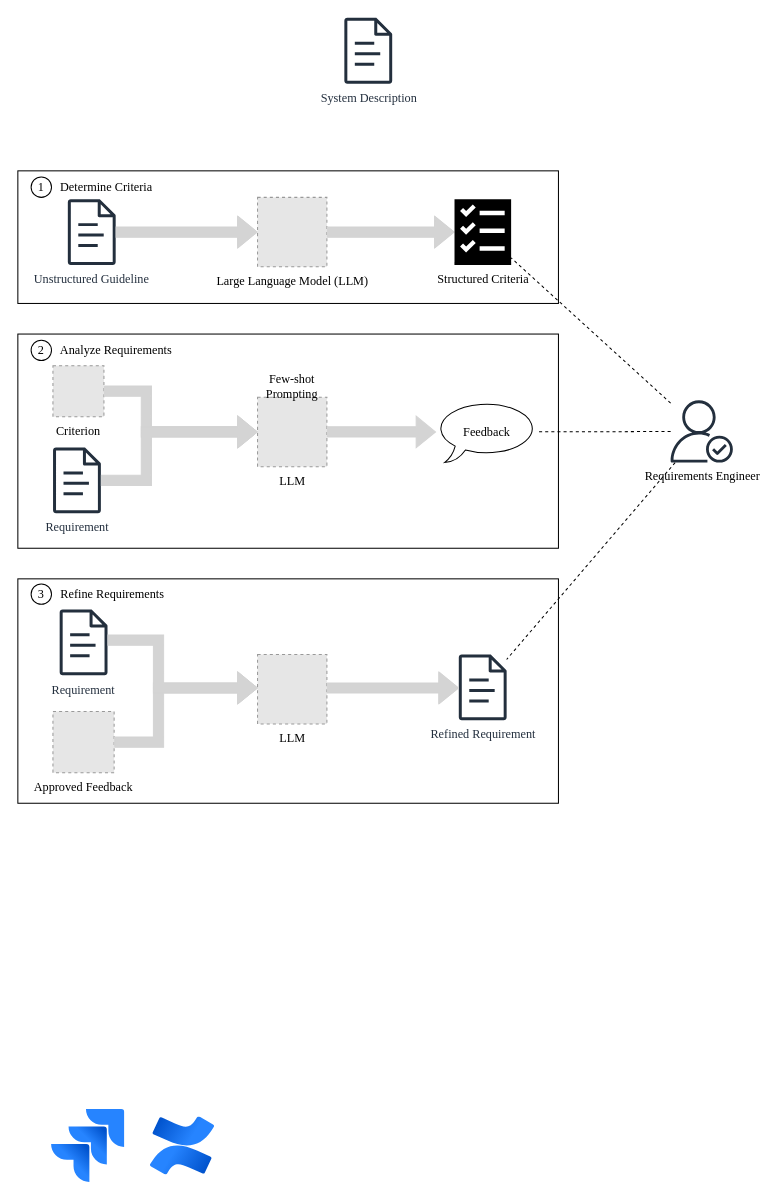
The draw.io diagram Untitled Diagram.drawio in TizianDippold/llm-ticket-checker, before the edit. Source tidied: cells renumbered, new cells numbered last; positions are measured from the earlier drawing's top-left corner, leaving out a move shared by most shapes. Both pictures are drawn from the tidied source at 102%, with x=0, y=0 at pixel (17, 17). Pictures stored in the file or linked from it are replaced by grey dashed boxes.
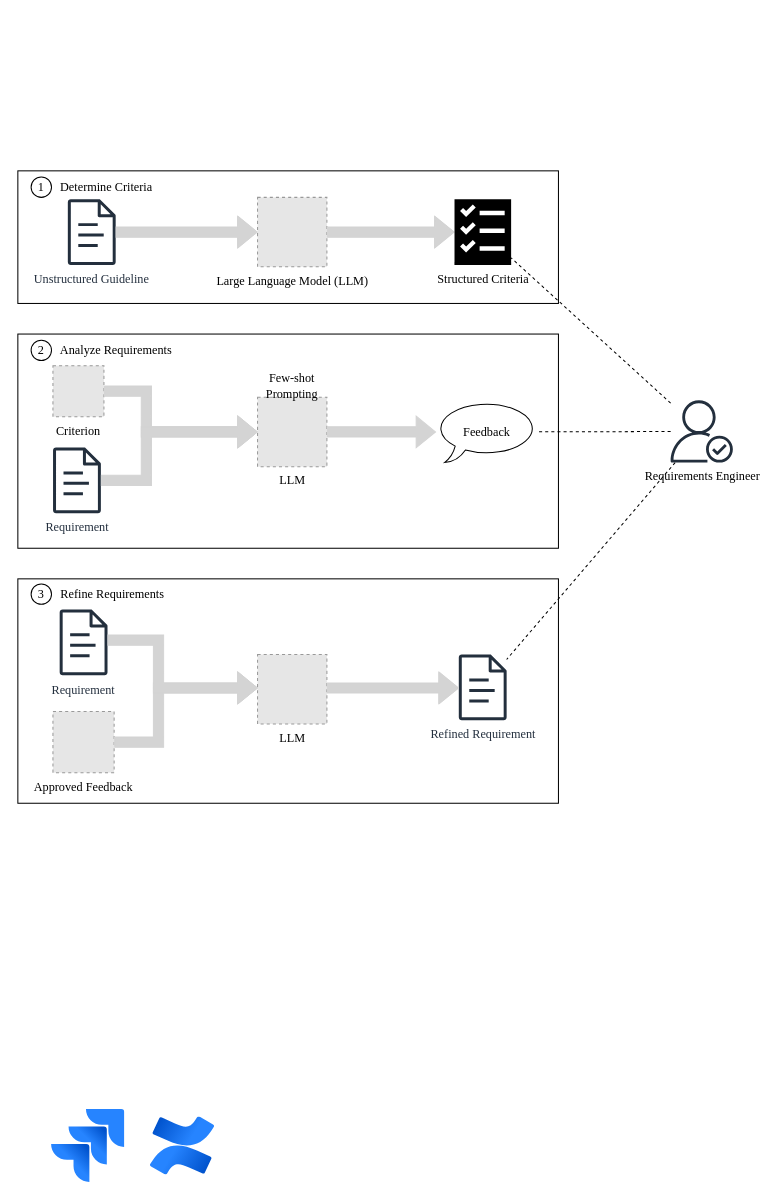
The same page after the edit.

Diff of the diagram source:
```diff
@@
-    <mxCell id="15" value="System Description" style="sketch=0;fontColor=#232F3E;gradientColor=none;fillColor=#232F3D;strokeColor=none;dashed=0;verticalLabelPosition=bottom;verticalAlign=top;align=center;html=1;fontSize=12;fontStyle=0;shape=mxgraph.aws4.document;fontFamily=Times New Roman;" parent="1" vertex="1">
-      <mxGeometry x="320" width="47.1" height="64.5" as="geometry" />
-    </mxCell>
```
